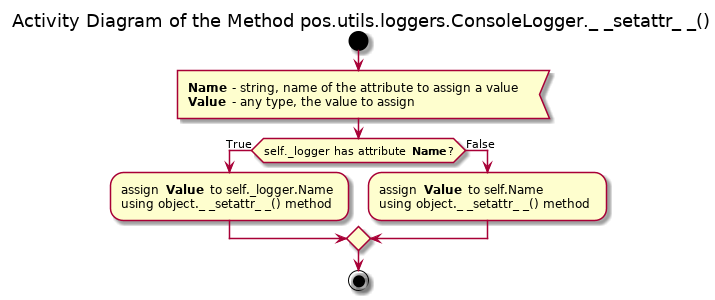
Earlier version of the PlantUML export Docs/UML/utils/loggers_py/ConsoleLogger.__setattr__()_Activity.png (FooBarShebang/pos). Source of this version:
```plantuml
@startuml

title Activity Diagram of the Method pos.utils.loggers.ConsoleLogger._ _setattr_ _()

start

:<b>Name</b> - string, name of the attribute to assign a value
<b>Value</b> - any type, the value to assign<

if (self._logger has attribute <b>Name</b>?) then (True)
    :assign <b>Value</b> to self._logger.Name
    using object._ _setattr_ _() method;
else (False)
    :assign <b>Value</b> to self.Name
    using object._ _setattr_ _() method;
endif

stop

@enduml
```
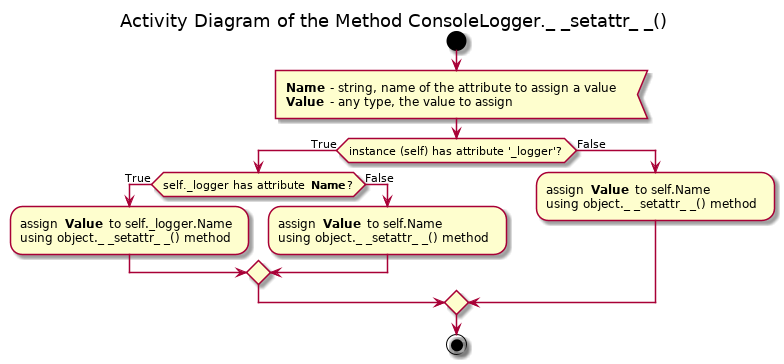
The same diagram one commit later.

What changed in the source:
```diff
@@ -1,15 +1,19 @@
 @startuml
 
-title Activity Diagram of the Method pos.utils.loggers.ConsoleLogger._ _setattr_ _()
+title Activity Diagram of the Method ConsoleLogger._ _setattr_ _()
 
 start
 
 :<b>Name</b> - string, name of the attribute to assign a value
 <b>Value</b> - any type, the value to assign<
-
-if (self._logger has attribute <b>Name</b>?) then (True)
-    :assign <b>Value</b> to self._logger.Name
-    using object._ _setattr_ _() method;
+if (instance (self) has attribute '_logger'?) then (True)
+    if (self._logger has attribute <b>Name</b>?) then (True)
+        :assign <b>Value</b> to self._logger.Name
+        using object._ _setattr_ _() method;
+    else (False)
+        :assign <b>Value</b> to self.Name
+        using object._ _setattr_ _() method;
+    endif
 else (False)
     :assign <b>Value</b> to self.Name
     using object._ _setattr_ _() method;
```
